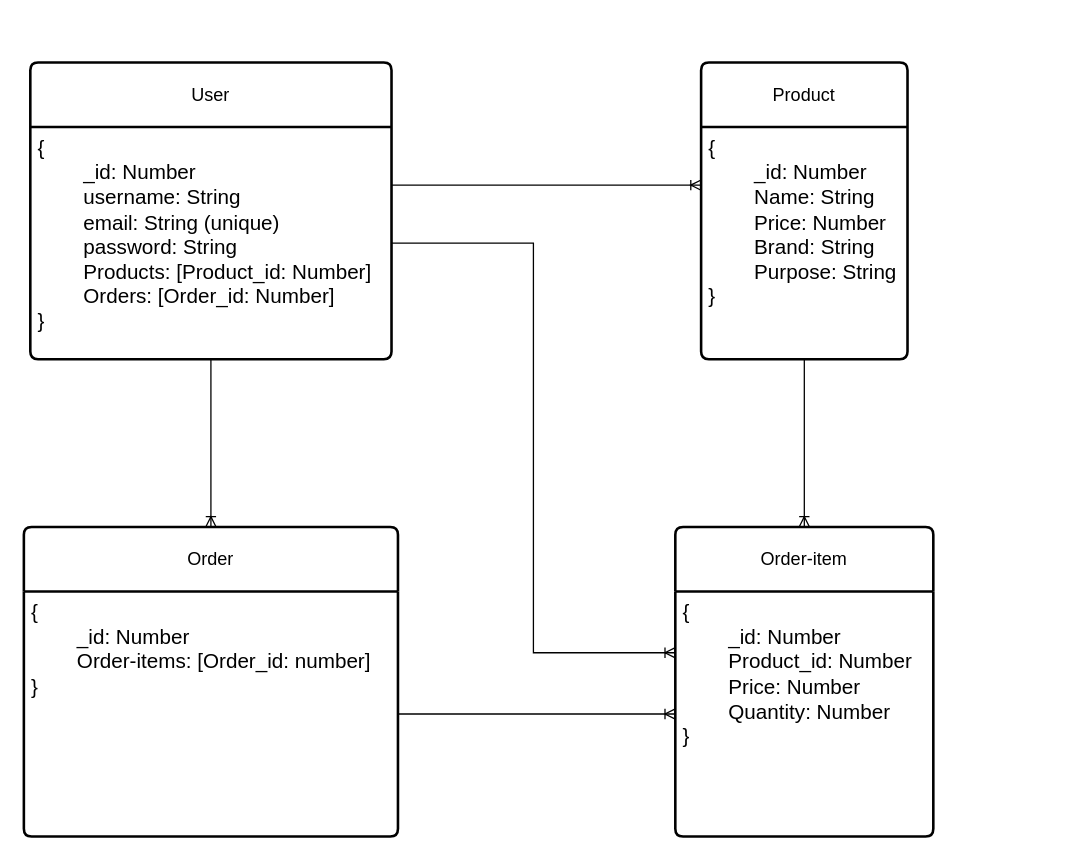
This is zapatolibre.drawio from EmiLoKiJu/ZapatoLibre-Back-End, a draw.io file, before an edit. Source tidied: cells renumbered, new cells numbered last; positions are measured from the earlier drawing's top-left corner, leaving out a move shared by most shapes. Both pictures are drawn from the tidied source at 129%, with x=0, y=0 at pixel (23, 62).
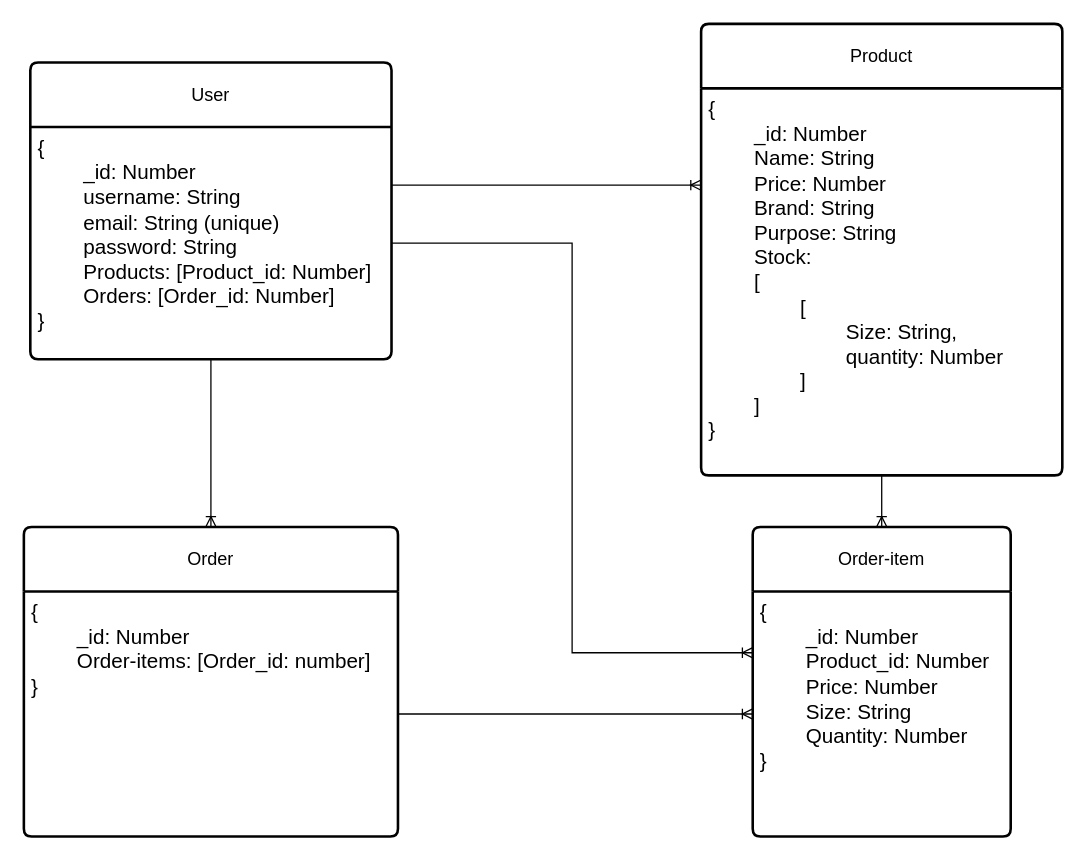
After the change.

What changed in the source:
```diff
@@
 <mxGraphModel>
   <root>
     <mxCell id="0" />
     <mxCell id="1" parent="0" />
     <mxCell id="2" value="User" style="swimlane;horizontal=1;startSize=50;rounded=1;fontSize=14;fontStyle=0;strokeWidth=2;shadow=0;dashed=0;align=center;arcSize=4;whiteSpace=wrap;html=1;" parent="1" vertex="1">
       <mxGeometry x="5" width="280" height="230" as="geometry" />
     </mxCell>
     <mxCell id="3" value="&lt;div style=&quot;font-size: 16px;&quot;&gt;&lt;span style=&quot;background-color: initial;&quot;&gt;&lt;font style=&quot;font-size: 16px;&quot;&gt;{&lt;/font&gt;&lt;/span&gt;&lt;/div&gt;&lt;div style=&quot;font-size: 16px;&quot;&gt;&lt;span style=&quot;background-color: initial;&quot;&gt;&lt;font style=&quot;font-size: 16px;&quot;&gt;&lt;span style=&quot;white-space: pre;&quot;&gt;&#9;&lt;/span&gt;_id: Number&lt;/font&gt;&lt;/span&gt;&lt;/div&gt;&lt;div style=&quot;font-size: 16px;&quot;&gt;&lt;span style=&quot;background-color: initial;&quot;&gt;&lt;font style=&quot;font-size: 16px;&quot;&gt;&lt;span style=&quot;white-space: pre;&quot;&gt;&#9;&lt;/span&gt;username: String&lt;br&gt;&lt;/font&gt;&lt;/span&gt;&lt;/div&gt;&lt;div style=&quot;font-size: 16px;&quot;&gt;&lt;span style=&quot;background-color: initial;&quot;&gt;&lt;font style=&quot;font-size: 16px;&quot;&gt;&lt;span style=&quot;white-space: pre;&quot;&gt;&#9;&lt;/span&gt;email: String (unique)&lt;br&gt;&lt;/font&gt;&lt;/span&gt;&lt;/div&gt;&lt;div style=&quot;font-size: 16px;&quot;&gt;&lt;/div&gt;&lt;div style=&quot;font-size: 16px;&quot;&gt;&lt;span style=&quot;background-color: initial;&quot;&gt;&lt;font style=&quot;font-size: 16px;&quot;&gt;&lt;span style=&quot;white-space: pre;&quot;&gt;&#9;&lt;/span&gt;password: String&lt;/font&gt;&lt;/span&gt;&lt;/div&gt;&lt;div style=&quot;font-size: 16px;&quot;&gt;&lt;span style=&quot;background-color: initial;&quot;&gt;&lt;font style=&quot;font-size: 16px;&quot;&gt;&lt;span style=&quot;white-space: pre;&quot;&gt;&#9;&lt;/span&gt;Products: [Product_id: Number]&lt;br&gt;&lt;/font&gt;&lt;/span&gt;&lt;/div&gt;&lt;div style=&quot;font-size: 16px;&quot;&gt;&lt;span style=&quot;background-color: initial;&quot;&gt;&lt;font style=&quot;font-size: 16px;&quot;&gt;&lt;span style=&quot;white-space: pre;&quot;&gt;&#9;&lt;/span&gt;Orders: [Order_id: Number]&lt;br&gt;&lt;/font&gt;&lt;/span&gt;&lt;/div&gt;&lt;div style=&quot;font-size: 16px;&quot;&gt;&lt;span style=&quot;background-color: initial;&quot;&gt;&lt;font style=&quot;font-size: 16px;&quot;&gt;}&lt;/font&gt;&lt;/span&gt;&lt;/div&gt;&lt;div style=&quot;font-size: 16px;&quot;&gt;&lt;br&gt;&lt;/div&gt;" style="align=left;strokeColor=none;fillColor=none;spacingLeft=4;fontSize=12;verticalAlign=top;html=1;" parent="2" vertex="1">
       <mxGeometry y="50" width="280" height="180" as="geometry" />
     </mxCell>
     <mxCell id="4" value="Product" style="swimlane;horizontal=1;startSize=50;rounded=1;fontSize=14;fontStyle=0;strokeWidth=2;shadow=0;dashed=0;align=center;arcSize=4;whiteSpace=wrap;html=1;" parent="1" vertex="1">
-      <mxGeometry x="525" width="160" height="230" as="geometry" />
+      <mxGeometry x="525" y="-30" width="280" height="350" as="geometry" />
     </mxCell>
-    <mxCell id="5" value="&lt;font style=&quot;font-size: 16px;&quot;&gt;{&lt;br&gt;&lt;span style=&quot;white-space: pre;&quot;&gt;&#9;&lt;/span&gt;_id: Number&lt;br&gt;&lt;span style=&quot;white-space: pre;&quot;&gt;&#9;&lt;/span&gt;Name: String&lt;br&gt;&lt;span style=&quot;white-space: pre;&quot;&gt;&#9;&lt;/span&gt;Price: Number&lt;br&gt;&lt;span style=&quot;white-space: pre;&quot;&gt;&#9;&lt;/span&gt;Brand: String&lt;br&gt;&lt;span style=&quot;white-space: pre;&quot;&gt;&#9;&lt;/span&gt;Purpose: String&lt;br&gt;}&lt;br&gt;&lt;span style=&quot;white-space: pre;&quot;&gt;&#9;&lt;/span&gt;&lt;br&gt;&lt;/font&gt;" style="align=left;strokeColor=none;fillColor=none;spacingLeft=4;fontSize=12;verticalAlign=top;html=1;" parent="4" vertex="1">
-      <mxGeometry y="50" width="160" height="180" as="geometry" />
+    <mxCell id="5" value="&lt;font style=&quot;font-size: 16px;&quot;&gt;{&lt;br&gt;&lt;span style=&quot;white-space: pre;&quot;&gt;&#9;&lt;/span&gt;_id: Number&lt;br&gt;&lt;span style=&quot;white-space: pre;&quot;&gt;&#9;&lt;/span&gt;Name: String&lt;br&gt;&lt;span style=&quot;white-space: pre;&quot;&gt;&#9;&lt;/span&gt;Price: Number&lt;br&gt;&lt;span style=&quot;white-space: pre;&quot;&gt;&#9;&lt;/span&gt;Brand: String&lt;br&gt;&lt;span style=&quot;white-space: pre;&quot;&gt;&#9;&lt;/span&gt;Purpose: String&lt;br&gt;&lt;span style=&quot;white-space: pre;&quot;&gt;&#9;&lt;/span&gt;Stock: &lt;span style=&quot;white-space: pre;&quot;&gt;&#9;&lt;/span&gt;&lt;br&gt;&lt;span style=&quot;white-space: pre;&quot;&gt;&#9;&lt;/span&gt;[&lt;br&gt;&lt;span style=&quot;white-space: pre;&quot;&gt;&#9;&lt;/span&gt;&lt;span style=&quot;white-space: pre;&quot;&gt;&#9;&lt;/span&gt;[ &lt;br&gt;&lt;span style=&quot;white-space: pre;&quot;&gt;&#9;&lt;/span&gt;&lt;span style=&quot;white-space: pre;&quot;&gt;&#9;&lt;/span&gt;&lt;span style=&quot;white-space: pre;&quot;&gt;&#9;&lt;/span&gt;Size: String, &lt;br&gt;&lt;span style=&quot;white-space: pre;&quot;&gt;&#9;&lt;/span&gt;&lt;span style=&quot;white-space: pre;&quot;&gt;&#9;&lt;span style=&quot;white-space: pre;&quot;&gt;&#9;&lt;/span&gt;&lt;/span&gt;quantity: Number&lt;br&gt;&lt;span style=&quot;white-space: pre;&quot;&gt;&#9;&lt;/span&gt;&lt;span style=&quot;white-space: pre;&quot;&gt;&#9;&lt;/span&gt;]&lt;br&gt;&lt;span style=&quot;white-space: pre;&quot;&gt;&#9;&lt;/span&gt;]&lt;br&gt;}&lt;br&gt;&lt;span style=&quot;white-space: pre;&quot;&gt;&#9;&lt;/span&gt;&lt;br&gt;&lt;/font&gt;" style="align=left;strokeColor=none;fillColor=none;spacingLeft=4;fontSize=12;verticalAlign=top;html=1;" parent="4" vertex="1">
+      <mxGeometry y="50" width="280" height="300" as="geometry" />
     </mxCell>
     <mxCell id="6" style="edgeStyle=orthogonalEdgeStyle;rounded=0;jettySize=auto;html=1;exitX=1;exitY=0.25;exitDx=0;exitDy=0;entryX=0;entryY=0.25;entryDx=0;entryDy=0;endArrow=ERoneToMany;endFill=0;" parent="1" edge="1" source="3" target="5">
       <mxGeometry relative="1" as="geometry" />
     </mxCell>
     <mxCell id="7" value="Order-item" style="swimlane;horizontal=1;startSize=50;rounded=1;fontSize=14;fontStyle=0;strokeWidth=2;shadow=0;dashed=0;align=center;arcSize=4;whiteSpace=wrap;html=1;" parent="1" vertex="1">
-      <mxGeometry x="505" y="360" width="200" height="240" as="geometry" />
+      <mxGeometry x="565" y="360" width="200" height="240" as="geometry" />
     </mxCell>
-    <mxCell id="8" value="&lt;font style=&quot;font-size: 16px;&quot;&gt;{&lt;br&gt;&lt;span style=&quot;white-space: pre;&quot;&gt;&#9;&lt;/span&gt;_id: Number&lt;br&gt;&lt;span style=&quot;white-space: pre;&quot;&gt;&#9;&lt;/span&gt;Product_id: Number&lt;br&gt;&lt;span style=&quot;white-space: pre;&quot;&gt;&#9;&lt;/span&gt;Price: Number&lt;br&gt;&lt;span style=&quot;white-space: pre;&quot;&gt;&#9;&lt;/span&gt;Quantity: Number&lt;br&gt;}&lt;br&gt;&lt;span style=&quot;white-space: pre;&quot;&gt;&#9;&lt;/span&gt;&lt;br&gt;&lt;/font&gt;" style="align=left;strokeColor=none;fillColor=none;spacingLeft=4;fontSize=12;verticalAlign=top;html=1;" parent="7" vertex="1">
+    <mxCell id="8" value="&lt;font style=&quot;font-size: 16px;&quot;&gt;{&lt;br&gt;&lt;span style=&quot;white-space: pre;&quot;&gt;&#9;&lt;/span&gt;_id: Number&lt;br&gt;&lt;span style=&quot;white-space: pre;&quot;&gt;&#9;&lt;/span&gt;Product_id: Number&lt;br&gt;&lt;span style=&quot;white-space: pre;&quot;&gt;&#9;&lt;/span&gt;Price: Number&lt;br&gt;&lt;span style=&quot;white-space: pre;&quot;&gt;&#9;&lt;/span&gt;Size: String&lt;br&gt;&lt;span style=&quot;white-space: pre;&quot;&gt;&#9;&lt;/span&gt;Quantity: Number&lt;br&gt;}&lt;br&gt;&lt;span style=&quot;white-space: pre;&quot;&gt;&#9;&lt;/span&gt;&lt;br&gt;&lt;/font&gt;" style="align=left;strokeColor=none;fillColor=none;spacingLeft=4;fontSize=12;verticalAlign=top;html=1;" parent="7" vertex="1">
       <mxGeometry y="50" width="200" height="190" as="geometry" />
     </mxCell>
     <mxCell id="9" style="edgeStyle=orthogonalEdgeStyle;rounded=0;jettySize=auto;html=1;exitX=1;exitY=0.5;exitDx=0;exitDy=0;entryX=0;entryY=0.25;entryDx=0;entryDy=0;endArrow=ERoneToMany;endFill=0;" parent="1" edge="1" source="3" target="8">
       <mxGeometry relative="1" as="geometry" />
     </mxCell>
     <mxCell id="10" style="edgeStyle=orthogonalEdgeStyle;rounded=0;jettySize=auto;html=1;exitX=0.5;exitY=1;exitDx=0;exitDy=0;entryX=0.5;entryY=0;entryDx=0;entryDy=0;endArrow=ERoneToMany;endFill=0;startArrow=none;startFill=0;" parent="1" edge="1" source="5" target="7">
       <mxGeometry relative="1" as="geometry" />
     </mxCell>
     <mxCell id="11" value="Order" style="swimlane;horizontal=1;startSize=50;rounded=1;fontSize=14;fontStyle=0;strokeWidth=2;shadow=0;dashed=0;align=center;arcSize=4;whiteSpace=wrap;html=1;" parent="1" vertex="1">
       <mxGeometry y="360" width="290" height="240" as="geometry" />
     </mxCell>
     <mxCell id="12" value="&lt;font style=&quot;font-size: 16px;&quot;&gt;{&lt;br&gt;&lt;span style=&quot;white-space: pre;&quot;&gt;&#9;&lt;/span&gt;_id: Number&lt;br&gt;&lt;span style=&quot;white-space: pre;&quot;&gt;&#9;&lt;/span&gt;Order-items: [Order_id: number]&lt;br&gt;}&lt;br&gt;&lt;span style=&quot;white-space: pre;&quot;&gt;&#9;&lt;/span&gt;&lt;br&gt;&lt;/font&gt;" style="align=left;strokeColor=none;fillColor=none;spacingLeft=4;fontSize=12;verticalAlign=top;html=1;" parent="11" vertex="1">
       <mxGeometry y="50" width="290" height="190" as="geometry" />
     </mxCell>
     <mxCell id="13" style="edgeStyle=orthogonalEdgeStyle;rounded=0;jettySize=auto;html=1;exitX=1;exitY=0.5;exitDx=0;exitDy=0;entryX=0;entryY=0.5;entryDx=0;entryDy=0;endArrow=ERoneToMany;endFill=0;" parent="1" edge="1" source="12" target="8">
       <mxGeometry relative="1" as="geometry" />
     </mxCell>
     <mxCell id="14" style="edgeStyle=orthogonalEdgeStyle;rounded=0;jettySize=auto;html=1;exitX=0.5;exitY=1;exitDx=0;exitDy=0;entryX=0.5;entryY=0;entryDx=0;entryDy=0;endArrow=ERoneToMany;endFill=0;" parent="1" edge="1" source="3" target="11">
       <mxGeometry relative="1" as="geometry" />
     </mxCell>
   </root>
 </mxGraphModel>
```
